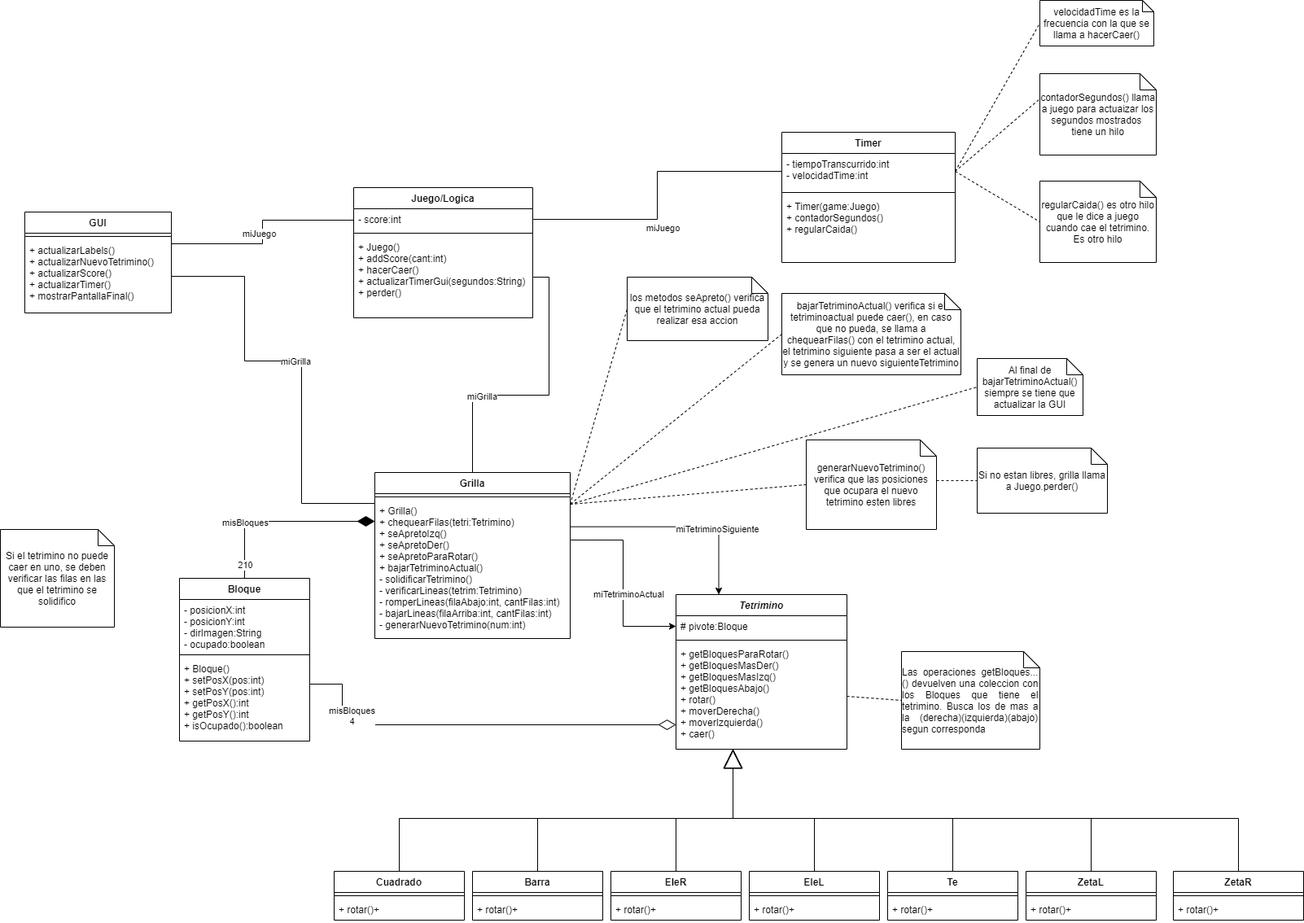
The draw.io diagram Diagrama-de-Clases/DiagramaClasesTetris.png in JanoALockhart/tdp-proyecto-2, before a commit. Source tidied: cells renumbered, new cells last; positions are measured from the earlier drawing's top-left corner, leaving out a move shared by most shapes.
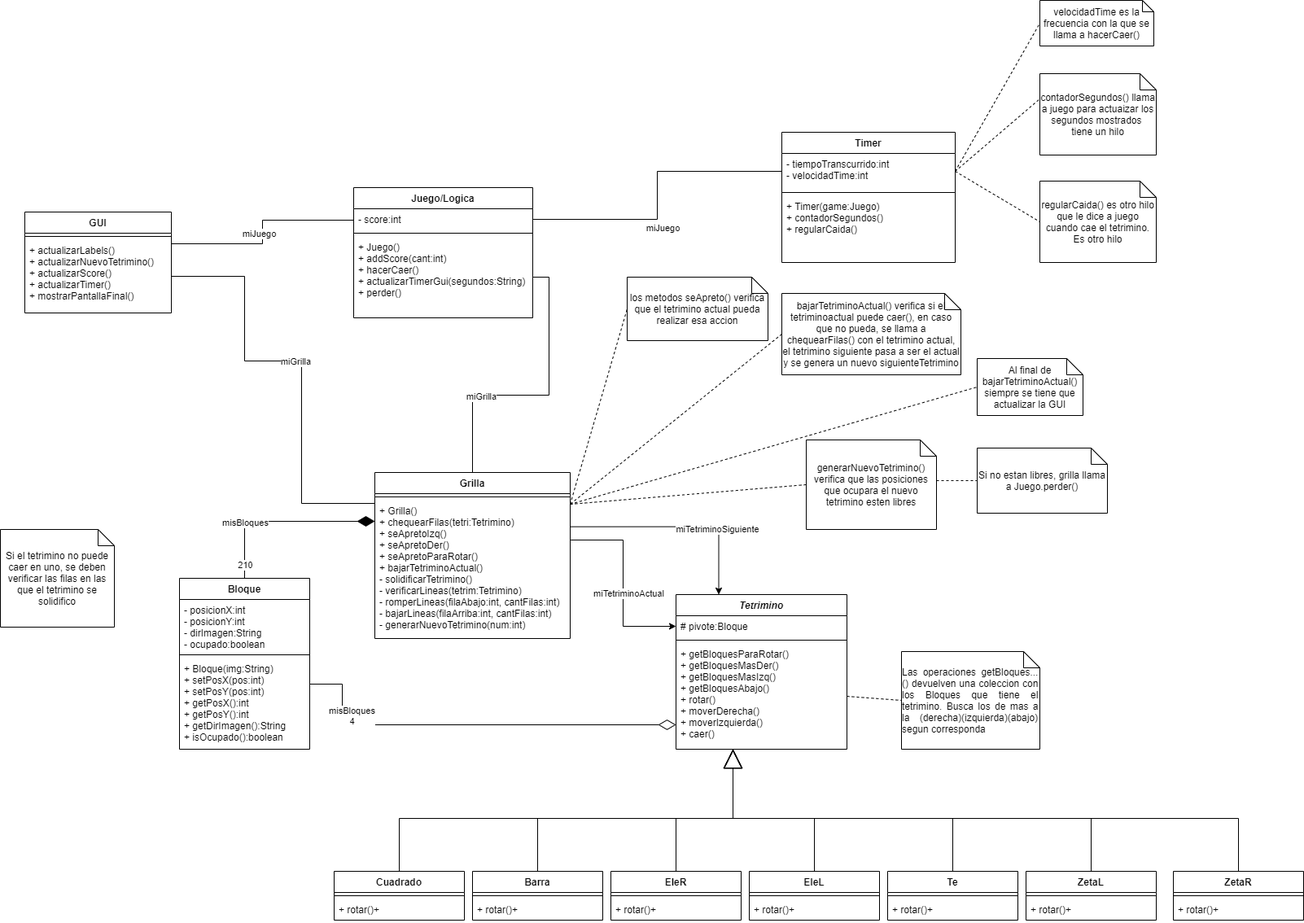
After the change.

Commit message:
Diagrama de Clases

What changed in the source:
```diff
@@ -89,7 +89,7 @@
       <mxGeometry x="-0.85" relative="1" as="geometry" />
     </mxCell>
     <mxCell id="26" value="Bloque" style="swimlane;fontStyle=1;align=center;verticalAlign=top;horizontal=1;startSize=26;" parent="1" vertex="1">
-      <mxGeometry x="220" y="710" width="160" height="200" as="geometry" />
+      <mxGeometry x="220" y="710" width="160" height="210" as="geometry" />
     </mxCell>
     <mxCell id="27" value="- posicionX:int&#10;- posicionY:int&#10;- dirImagen:String&#10;- ocupado:boolean" style="text;strokeColor=none;fillColor=none;align=left;verticalAlign=top;spacingLeft=4;spacingRight=4;overflow=hidden;" parent="26" vertex="1">
       <mxGeometry y="26" width="160" height="64" as="geometry" />
@@ -97,8 +97,8 @@
     <mxCell id="28" style="line;strokeWidth=1;fillColor=none;align=left;verticalAlign=middle;spacingTop=-1;spacingLeft=3;spacingRight=3;labelPosition=right;" parent="26" vertex="1">
       <mxGeometry y="90" width="160" height="8" as="geometry" />
     </mxCell>
-    <mxCell id="29" value="+ Bloque()&#10;+ setPosX(pos:int)&#10;+ setPosY(pos:int)&#10;+ getPosX():int&#10;+ getPosY():int&#10;+ isOcupado():boolean" style="text;strokeColor=none;fillColor=none;align=left;verticalAlign=top;spacingLeft=4;spacingRight=4;overflow=hidden;" parent="26" vertex="1">
-      <mxGeometry y="98" width="160" height="102" as="geometry" />
+    <mxCell id="29" value="+ Bloque(img:String)&#10;+ setPosX(pos:int)&#10;+ setPosY(pos:int)&#10;+ getPosX():int&#10;+ getPosY():int&#10;+ getDirImagen():String&#10;+ isOcupado():boolean" style="text;strokeColor=none;fillColor=none;align=left;verticalAlign=top;spacingLeft=4;spacingRight=4;overflow=hidden;" parent="26" vertex="1">
+      <mxGeometry y="98" width="160" height="112" as="geometry" />
     </mxCell>
     <mxCell id="30" style="edgeStyle=orthogonalEdgeStyle;rounded=0;jettySize=auto;html=1;exitX=1;exitY=0.5;exitDx=0;exitDy=0;entryX=0;entryY=0.5;entryDx=0;entryDy=0;startArrow=none;startFill=0;endArrow=none;endFill=0;" parent="1" edge="1" source="7" target="18">
       <mxGeometry relative="1" as="geometry" />
```
